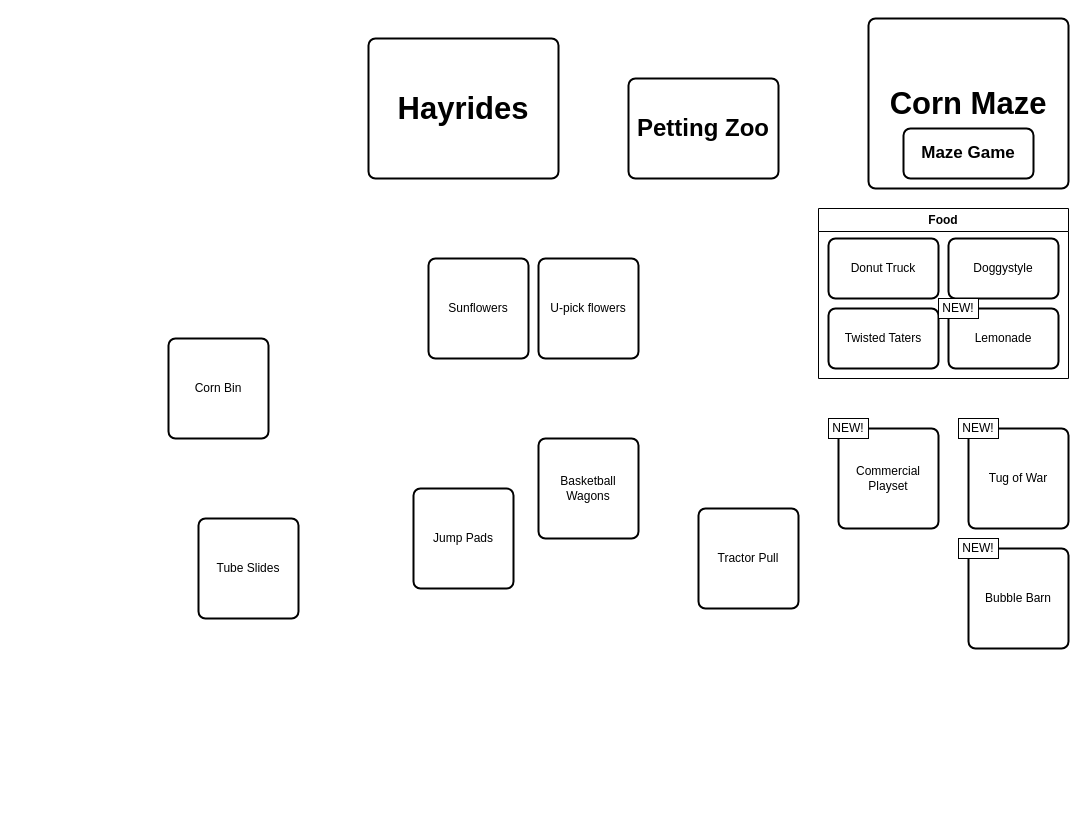
The draw.io diagram List of Attractions.drawio in macglencoe/diagrams, before the edit. Source tidied: cells renumbered, new cells numbered last; positions are measured from the earlier drawing's top-left corner, leaving out a move shared by most shapes. Both pictures are drawn from the tidied source at 100%, with x=0, y=0 at pixel (168, 18).
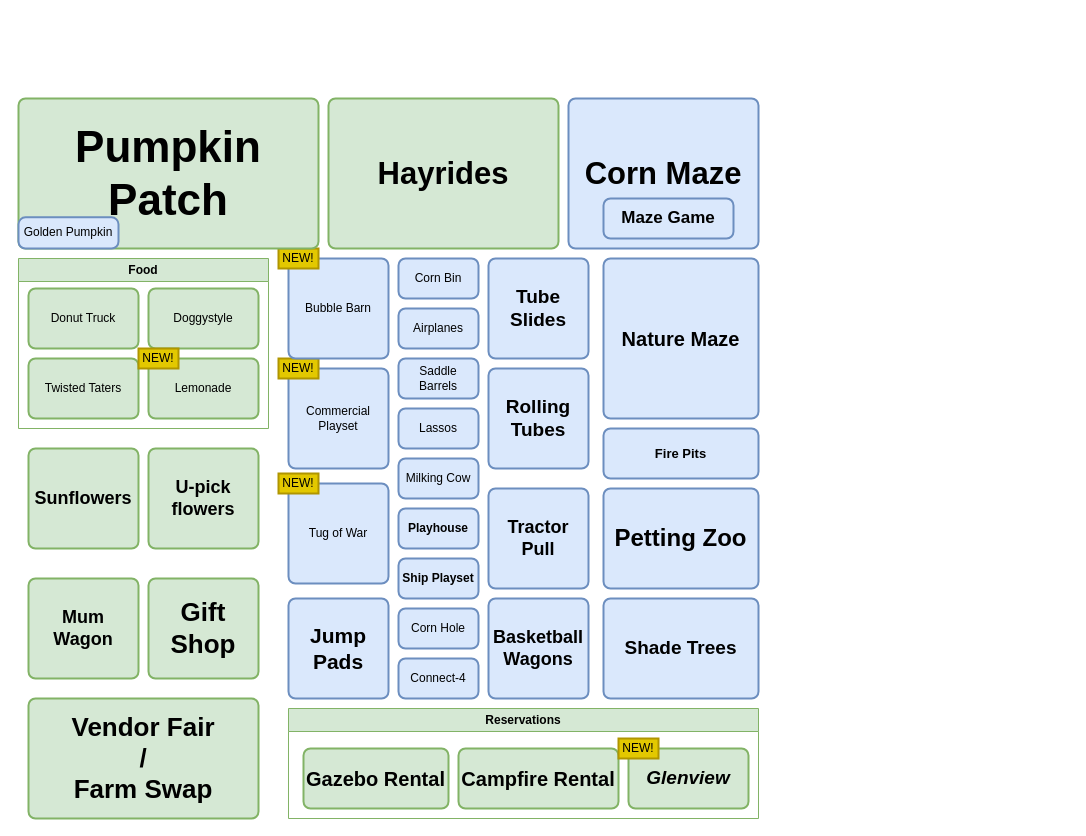
Above is the later version.

The change refers to these unchanged cells:
```xml
<mxCell id="20" style="group;" parent="19" vertex="1">
  <mxGeometry width="110" height="110" as="geometry" />
</mxCell>
```

Diff of the diagram source:
```diff
@@
-    <mxCell id="2" value="Sunflowers" style="rounded=1;whiteSpace=wrap;html=1;absoluteArcSize=1;arcSize=14;strokeWidth=2;" parent="1" vertex="1">
-      <mxGeometry x="260" y="240" width="100" height="100" as="geometry" />
+    <mxCell id="2" value="Sunflowers" style="rounded=1;whiteSpace=wrap;html=1;absoluteArcSize=1;arcSize=14;strokeWidth=2;fontSize=18;fontStyle=1;fillColor=#d5e8d4;strokeColor=#82b366;" parent="1" vertex="1">
+      <mxGeometry x="-140" y="430" width="110" height="100" as="geometry" />
     </mxCell>
-    <mxCell id="3" value="U-pick flowers" style="rounded=1;whiteSpace=wrap;html=1;absoluteArcSize=1;arcSize=14;strokeWidth=2;" parent="1" vertex="1">
-      <mxGeometry x="370" y="240" width="100" height="100" as="geometry" />
+    <mxCell id="3" value="U-pick flowers" style="rounded=1;whiteSpace=wrap;html=1;absoluteArcSize=1;arcSize=14;strokeWidth=2;fontSize=18;fontStyle=1;fillColor=#d5e8d4;strokeColor=#82b366;" parent="1" vertex="1">
+      <mxGeometry x="-20" y="430" width="110" height="100" as="geometry" />
     </mxCell>
-    <mxCell id="4" value="Food" style="swimlane;whiteSpace=wrap;html=1;" parent="1" vertex="1">
-      <mxGeometry x="650" y="190" width="250" height="170" as="geometry" />
+    <mxCell id="4" value="Food" style="swimlane;whiteSpace=wrap;html=1;fillColor=#d5e8d4;strokeColor=#82b366;" parent="1" vertex="1">
+      <mxGeometry x="-150" y="240" width="250" height="170" as="geometry" />
     </mxCell>
-    <mxCell id="5" value="Donut Truck" style="rounded=1;whiteSpace=wrap;html=1;absoluteArcSize=1;arcSize=14;strokeWidth=2;" parent="4" vertex="1">
+    <mxCell id="5" value="Donut Truck" style="rounded=1;whiteSpace=wrap;html=1;absoluteArcSize=1;arcSize=14;strokeWidth=2;fillColor=#d5e8d4;strokeColor=#82b366;" parent="4" vertex="1">
       <mxGeometry x="10" y="30" width="110" height="60" as="geometry" />
     </mxCell>
-    <mxCell id="6" value="Twisted Taters" style="rounded=1;whiteSpace=wrap;html=1;absoluteArcSize=1;arcSize=14;strokeWidth=2;" parent="4" vertex="1">
+    <mxCell id="6" value="Twisted Taters" style="rounded=1;whiteSpace=wrap;html=1;absoluteArcSize=1;arcSize=14;strokeWidth=2;fillColor=#d5e8d4;strokeColor=#82b366;" parent="4" vertex="1">
       <mxGeometry x="10" y="100" width="110" height="60" as="geometry" />
     </mxCell>
-    <mxCell id="7" value="Doggystyle" style="rounded=1;whiteSpace=wrap;html=1;absoluteArcSize=1;arcSize=14;strokeWidth=2;" parent="4" vertex="1">
+    <mxCell id="7" value="Doggystyle" style="rounded=1;whiteSpace=wrap;html=1;absoluteArcSize=1;arcSize=14;strokeWidth=2;fillColor=#d5e8d4;strokeColor=#82b366;" parent="4" vertex="1">
       <mxGeometry x="130" y="30" width="110" height="60" as="geometry" />
     </mxCell>
-    <mxCell id="8" value="Lemonade" style="rounded=1;whiteSpace=wrap;html=1;absoluteArcSize=1;arcSize=14;strokeWidth=2;" parent="4" vertex="1">
+    <mxCell id="8" value="Lemonade" style="rounded=1;whiteSpace=wrap;html=1;absoluteArcSize=1;arcSize=14;strokeWidth=2;fillColor=#d5e8d4;strokeColor=#82b366;" parent="4" vertex="1">
       <mxGeometry x="130" y="100" width="110" height="60" as="geometry" />
     </mxCell>
-    <mxCell id="9" value="NEW!" style="rounded=0;whiteSpace=wrap;html=1;" parent="4" vertex="1">
+    <mxCell id="9" value="NEW!" style="rounded=0;whiteSpace=wrap;html=1;fillColor=#e3c800;strokeColor=#B09500;strokeWidth=2;fontColor=#000000;" parent="4" vertex="1">
       <mxGeometry x="120" y="90" width="40" height="20" as="geometry" />
     </mxCell>
-    <mxCell id="10" value="Hayrides" style="rounded=1;whiteSpace=wrap;html=1;absoluteArcSize=1;arcSize=14;strokeWidth=2;fontSize=31;fontStyle=1;" parent="1" vertex="1">
-      <mxGeometry x="200" y="20" width="190" height="140" as="geometry" />
+    <mxCell id="10" value="Hayrides" style="rounded=1;whiteSpace=wrap;html=1;absoluteArcSize=1;arcSize=14;strokeWidth=2;fontSize=31;fontStyle=1;fillColor=#d5e8d4;strokeColor=#82b366;" parent="1" vertex="1">
+      <mxGeometry x="160" y="80" width="230" height="150" as="geometry" />
     </mxCell>
-    <mxCell id="11" value="Petting Zoo" style="rounded=1;whiteSpace=wrap;html=1;absoluteArcSize=1;arcSize=14;strokeWidth=2;fontStyle=1;fontSize=24;" parent="1" vertex="1">
-      <mxGeometry x="460" y="60" width="150" height="100" as="geometry" />
+    <mxCell id="11" value="Petting Zoo" style="rounded=1;whiteSpace=wrap;html=1;absoluteArcSize=1;arcSize=14;strokeWidth=2;fontStyle=1;fontSize=24;fillColor=#dae8fc;strokeColor=#6c8ebf;" parent="1" vertex="1">
+      <mxGeometry x="435" y="470" width="155" height="100" as="geometry" />
     </mxCell>
-    <mxCell id="12" value="Jump Pads" style="rounded=1;whiteSpace=wrap;html=1;absoluteArcSize=1;arcSize=14;strokeWidth=2;" parent="1" vertex="1">
-      <mxGeometry x="245" y="470" width="100" height="100" as="geometry" />
+    <mxCell id="12" value="Jump Pads" style="rounded=1;whiteSpace=wrap;html=1;absoluteArcSize=1;arcSize=14;strokeWidth=2;fontStyle=1;fontSize=21;fillColor=#dae8fc;strokeColor=#6c8ebf;" parent="1" vertex="1">
+      <mxGeometry x="120" y="580" width="100" height="100" as="geometry" />
     </mxCell>
-    <mxCell id="13" value="Corn Bin" style="rounded=1;whiteSpace=wrap;html=1;absoluteArcSize=1;arcSize=14;strokeWidth=2;" parent="1" vertex="1">
-      <mxGeometry y="320" width="100" height="100" as="geometry" />
+    <mxCell id="13" value="Corn Bin" style="rounded=1;whiteSpace=wrap;html=1;absoluteArcSize=1;arcSize=14;strokeWidth=2;fillColor=#dae8fc;strokeColor=#6c8ebf;" parent="1" vertex="1">
+      <mxGeometry x="230" y="240" width="80" height="40" as="geometry" />
     </mxCell>
-    <mxCell id="14" value="Basketball Wagons" style="rounded=1;whiteSpace=wrap;html=1;absoluteArcSize=1;arcSize=14;strokeWidth=2;" parent="1" vertex="1">
-      <mxGeometry x="370" y="420" width="100" height="100" as="geometry" />
+    <mxCell id="14" value="Basketball Wagons" style="rounded=1;whiteSpace=wrap;html=1;absoluteArcSize=1;arcSize=14;strokeWidth=2;fontStyle=1;fontSize=18;fillColor=#dae8fc;strokeColor=#6c8ebf;" parent="1" vertex="1">
+      <mxGeometry x="320" y="580" width="100" height="100" as="geometry" />
     </mxCell>
-    <mxCell id="15" value="Tractor Pull" style="rounded=1;whiteSpace=wrap;html=1;absoluteArcSize=1;arcSize=14;strokeWidth=2;" parent="1" vertex="1">
-      <mxGeometry x="530" y="490" width="100" height="100" as="geometry" />
+    <mxCell id="15" value="Tractor Pull" style="rounded=1;whiteSpace=wrap;html=1;absoluteArcSize=1;arcSize=14;strokeWidth=2;fontStyle=1;fontSize=18;fillColor=#dae8fc;strokeColor=#6c8ebf;" parent="1" vertex="1">
+      <mxGeometry x="320" y="470" width="100" height="100" as="geometry" />
     </mxCell>
     <mxCell id="16" style="group;" parent="1" vertex="1">
-      <mxGeometry x="790" y="400" width="110" height="110" as="geometry" />
+      <mxGeometry x="110" y="455" width="110" height="110" as="geometry" />
     </mxCell>
-    <mxCell id="17" value="Tug of War" style="rounded=1;whiteSpace=wrap;html=1;absoluteArcSize=1;arcSize=14;strokeWidth=2;" parent="16" vertex="1">
+    <mxCell id="17" value="Tug of War" style="rounded=1;whiteSpace=wrap;html=1;absoluteArcSize=1;arcSize=14;strokeWidth=2;fillColor=#dae8fc;strokeColor=#6c8ebf;" parent="16" vertex="1">
       <mxGeometry x="10" y="10" width="100" height="100" as="geometry" />
     </mxCell>
-    <mxCell id="18" value="NEW!" style="rounded=0;whiteSpace=wrap;html=1;" parent="16" vertex="1">
+    <mxCell id="18" value="NEW!" style="rounded=0;whiteSpace=wrap;html=1;fillColor=#e3c800;fontColor=#000000;strokeColor=#B09500;strokeWidth=2;" parent="16" vertex="1">
       <mxGeometry width="40" height="20" as="geometry" />
     </mxCell>
     <mxCell id="19" style="group;" parent="1" vertex="1">
-      <mxGeometry x="660" y="400" width="110" height="110" as="geometry" />
+      <mxGeometry x="110" y="340" width="110" height="110" as="geometry" />
     </mxCell>
@@
-    <mxCell id="21" value="Commercial Playset" style="rounded=1;whiteSpace=wrap;html=1;absoluteArcSize=1;arcSize=14;strokeWidth=2;" parent="20" vertex="1">
+    <mxCell id="21" value="Commercial Playset" style="rounded=1;whiteSpace=wrap;html=1;absoluteArcSize=1;arcSize=14;strokeWidth=2;fillColor=#dae8fc;strokeColor=#6c8ebf;" parent="20" vertex="1">
       <mxGeometry x="10" y="10" width="100" height="100" as="geometry" />
     </mxCell>
-    <mxCell id="22" value="NEW!" style="rounded=0;whiteSpace=wrap;html=1;" parent="20" vertex="1">
+    <mxCell id="22" value="NEW!" style="rounded=0;whiteSpace=wrap;html=1;fillColor=#e3c800;fontColor=#000000;strokeColor=#B09500;strokeWidth=2;" parent="20" vertex="1">
       <mxGeometry width="40" height="20" as="geometry" />
     </mxCell>
-    <mxCell id="23" value="Tube Slides" style="rounded=1;whiteSpace=wrap;html=1;absoluteArcSize=1;arcSize=14;strokeWidth=2;" parent="1" vertex="1">
-      <mxGeometry x="30" y="500" width="100" height="100" as="geometry" />
+    <mxCell id="23" value="Tube Slides" style="rounded=1;whiteSpace=wrap;html=1;absoluteArcSize=1;arcSize=14;strokeWidth=2;fontStyle=1;fontSize=19;fillColor=#dae8fc;strokeColor=#6c8ebf;" parent="1" vertex="1">
+      <mxGeometry x="320" y="240" width="100" height="100" as="geometry" />
     </mxCell>
     <mxCell id="24" style="group;" parent="1" vertex="1">
-      <mxGeometry x="790" y="520" width="110" height="110" as="geometry" />
+      <mxGeometry x="110" y="230" width="110" height="110" as="geometry" />
     </mxCell>
-    <mxCell id="25" value="Bubble Barn" style="rounded=1;whiteSpace=wrap;html=1;absoluteArcSize=1;arcSize=14;strokeWidth=2;" parent="24" vertex="1">
+    <mxCell id="25" value="Bubble Barn" style="rounded=1;whiteSpace=wrap;html=1;absoluteArcSize=1;arcSize=14;strokeWidth=2;fillColor=#dae8fc;strokeColor=#6c8ebf;" parent="24" vertex="1">
       <mxGeometry x="10" y="10" width="100" height="100" as="geometry" />
     </mxCell>
-    <mxCell id="26" value="NEW!" style="rounded=0;whiteSpace=wrap;html=1;" parent="24" vertex="1">
+    <mxCell id="26" value="NEW!" style="rounded=0;whiteSpace=wrap;html=1;fillColor=#e3c800;fontColor=#000000;strokeColor=#B09500;strokeWidth=2;" parent="24" vertex="1">
       <mxGeometry width="40" height="20" as="geometry" />
     </mxCell>
-    <mxCell id="27" value="Corn Maze" style="rounded=1;whiteSpace=wrap;html=1;absoluteArcSize=1;arcSize=14;strokeWidth=2;fontSize=31;fontStyle=1;" parent="1" vertex="1">
-      <mxGeometry x="700" width="200" height="170" as="geometry" />
+    <mxCell id="27" value="Corn Maze" style="rounded=1;whiteSpace=wrap;html=1;absoluteArcSize=1;arcSize=14;strokeWidth=2;fontSize=31;fontStyle=1;fillColor=#dae8fc;strokeColor=#6c8ebf;" parent="1" vertex="1">
+      <mxGeometry x="400" y="80" width="190" height="150" as="geometry" />
     </mxCell>
-    <mxCell id="28" value="Maze Game" style="rounded=1;whiteSpace=wrap;html=1;absoluteArcSize=1;arcSize=14;strokeWidth=2;fontStyle=1;fontSize=17;" parent="1" vertex="1">
-      <mxGeometry x="735" y="110" width="130" height="50" as="geometry" />
+    <mxCell id="28" value="Maze Game" style="rounded=1;whiteSpace=wrap;html=1;absoluteArcSize=1;arcSize=14;strokeWidth=2;fontStyle=1;fontSize=17;fillColor=#dae8fc;strokeColor=#6c8ebf;" parent="1" vertex="1">
+      <mxGeometry x="435" y="180" width="130" height="40" as="geometry" />
     </mxCell>
+    <mxCell id="29" style="group;" parent="1" vertex="1">
+      <mxGeometry x="-150" y="80" width="300" height="150" as="geometry" />
+    </mxCell>
+    <mxCell id="30" value="Pumpkin Patch" style="rounded=1;whiteSpace=wrap;html=1;absoluteArcSize=1;arcSize=14;strokeWidth=2;fontSize=44;fontStyle=1;fillColor=#d5e8d4;strokeColor=#82b366;" parent="29" vertex="1">
+      <mxGeometry width="300" height="150" as="geometry" />
+    </mxCell>
+    <mxCell id="31" value="Golden Pumpkin" style="rounded=1;whiteSpace=wrap;html=1;absoluteArcSize=1;arcSize=14;strokeWidth=2;fillColor=#dae8fc;strokeColor=#6c8ebf;" parent="29" vertex="1">
+      <mxGeometry y="118.8" width="100" height="31.2" as="geometry" />
+    </mxCell>
+    <mxCell id="32" value="Airplanes" style="rounded=1;whiteSpace=wrap;html=1;absoluteArcSize=1;arcSize=14;strokeWidth=2;fillColor=#dae8fc;strokeColor=#6c8ebf;" parent="1" vertex="1">
+      <mxGeometry x="230" y="290" width="80" height="40" as="geometry" />
+    </mxCell>
+    <mxCell id="33" value="Vendor Fair&lt;div&gt;/&lt;/div&gt;&lt;div&gt;Farm Swap&lt;/div&gt;" style="rounded=1;whiteSpace=wrap;html=1;absoluteArcSize=1;arcSize=14;strokeWidth=2;fontStyle=1;fontSize=26;fillColor=#d5e8d4;strokeColor=#82b366;" parent="1" vertex="1">
+      <mxGeometry x="-140" y="680" width="230" height="120" as="geometry" />
+    </mxCell>
+    <mxCell id="34" value="Mum&lt;div&gt;Wagon&lt;/div&gt;" style="rounded=1;whiteSpace=wrap;html=1;absoluteArcSize=1;arcSize=14;strokeWidth=2;fontSize=18;fontStyle=1;fillColor=#d5e8d4;strokeColor=#82b366;" parent="1" vertex="1">
+      <mxGeometry x="-140" y="560" width="110" height="100" as="geometry" />
+    </mxCell>
+    <mxCell id="35" value="Reservations" style="swimlane;whiteSpace=wrap;html=1;fillColor=#d5e8d4;strokeColor=#82b366;" parent="1" vertex="1">
+      <mxGeometry x="120" y="690" width="470" height="110" as="geometry" />
+    </mxCell>
+    <mxCell id="36" value="Gazebo Rental" style="rounded=1;whiteSpace=wrap;html=1;absoluteArcSize=1;arcSize=14;strokeWidth=2;fontSize=20;fontStyle=1;fillColor=#d5e8d4;strokeColor=#82b366;" parent="35" vertex="1">
+      <mxGeometry x="15" y="40" width="145" height="60" as="geometry" />
+    </mxCell>
+    <mxCell id="37" value="Campfire Rental" style="rounded=1;whiteSpace=wrap;html=1;absoluteArcSize=1;arcSize=14;strokeWidth=2;fontSize=20;fontStyle=1;fillColor=#d5e8d4;strokeColor=#82b366;" parent="35" vertex="1">
+      <mxGeometry x="170" y="40" width="160" height="60" as="geometry" />
+    </mxCell>
+    <mxCell id="38" value="Glenview" style="rounded=1;whiteSpace=wrap;html=1;absoluteArcSize=1;arcSize=14;strokeWidth=2;fontStyle=3;fontSize=19;fillColor=#d5e8d4;strokeColor=#82b366;" parent="35" vertex="1">
+      <mxGeometry x="340" y="40" width="120" height="60" as="geometry" />
+    </mxCell>
+    <mxCell id="39" value="NEW!" style="rounded=0;whiteSpace=wrap;html=1;fillColor=#e3c800;fontColor=#000000;strokeColor=#B09500;strokeWidth=2;" parent="35" vertex="1">
+      <mxGeometry x="330" y="30" width="40" height="20" as="geometry" />
+    </mxCell>
+    <mxCell id="40" value="Shade Trees" style="rounded=1;whiteSpace=wrap;html=1;absoluteArcSize=1;arcSize=14;strokeWidth=2;fontStyle=1;fontSize=19;fillColor=#dae8fc;strokeColor=#6c8ebf;" parent="1" vertex="1">
+      <mxGeometry x="435" y="580" width="155" height="100" as="geometry" />
+    </mxCell>
+    <mxCell id="41" value="Gift Shop" style="rounded=1;whiteSpace=wrap;html=1;absoluteArcSize=1;arcSize=14;strokeWidth=2;fontStyle=1;fontSize=26;fillColor=#d5e8d4;strokeColor=#82b366;" parent="1" vertex="1">
+      <mxGeometry x="-20" y="560" width="110" height="100" as="geometry" />
+    </mxCell>
+    <mxCell id="42" value="Milking Cow" style="rounded=1;whiteSpace=wrap;html=1;absoluteArcSize=1;arcSize=14;strokeWidth=2;fillColor=#dae8fc;strokeColor=#6c8ebf;" parent="1" vertex="1">
+      <mxGeometry x="230" y="440" width="80" height="40" as="geometry" />
+    </mxCell>
+    <mxCell id="43" value="Lassos" style="rounded=1;whiteSpace=wrap;html=1;absoluteArcSize=1;arcSize=14;strokeWidth=2;fillColor=#dae8fc;strokeColor=#6c8ebf;" parent="1" vertex="1">
+      <mxGeometry x="230" y="390" width="80" height="40" as="geometry" />
+    </mxCell>
+    <mxCell id="44" value="Saddle Barrels" style="rounded=1;whiteSpace=wrap;html=1;absoluteArcSize=1;arcSize=14;strokeWidth=2;fillColor=#dae8fc;strokeColor=#6c8ebf;" parent="1" vertex="1">
+      <mxGeometry x="230" y="340" width="80" height="40" as="geometry" />
+    </mxCell>
+    <mxCell id="45" value="Rolling Tubes" style="rounded=1;whiteSpace=wrap;html=1;absoluteArcSize=1;arcSize=14;strokeWidth=2;align=center;fontStyle=1;fontSize=19;fillColor=#dae8fc;strokeColor=#6c8ebf;" parent="1" vertex="1">
+      <mxGeometry x="320" y="350" width="100" height="100" as="geometry" />
+    </mxCell>
+    <mxCell id="46" value="Corn Hole" style="rounded=1;whiteSpace=wrap;html=1;absoluteArcSize=1;arcSize=14;strokeWidth=2;fillColor=#dae8fc;strokeColor=#6c8ebf;" parent="1" vertex="1">
+      <mxGeometry x="230" y="590" width="80" height="40" as="geometry" />
+    </mxCell>
+    <mxCell id="47" value="Connect-4" style="rounded=1;whiteSpace=wrap;html=1;absoluteArcSize=1;arcSize=14;strokeWidth=2;fillColor=#dae8fc;strokeColor=#6c8ebf;" parent="1" vertex="1">
+      <mxGeometry x="230" y="640" width="80" height="40" as="geometry" />
+    </mxCell>
+    <mxCell id="48" value="Playhouse" style="rounded=1;whiteSpace=wrap;html=1;absoluteArcSize=1;arcSize=14;strokeWidth=2;fontStyle=1;fillColor=#dae8fc;strokeColor=#6c8ebf;" parent="1" vertex="1">
+      <mxGeometry x="230" y="490" width="80" height="40" as="geometry" />
+    </mxCell>
+    <mxCell id="49" value="Ship Playset" style="rounded=1;whiteSpace=wrap;html=1;absoluteArcSize=1;arcSize=14;strokeWidth=2;fontStyle=1;fillColor=#dae8fc;strokeColor=#6c8ebf;" parent="1" vertex="1">
+      <mxGeometry x="230" y="540" width="80" height="40" as="geometry" />
+    </mxCell>
+    <mxCell id="50" value="Fire Pits" style="rounded=1;whiteSpace=wrap;html=1;absoluteArcSize=1;arcSize=14;strokeWidth=2;fontStyle=1;fontSize=13;fillColor=#dae8fc;strokeColor=#6c8ebf;" parent="1" vertex="1">
+      <mxGeometry x="435" y="410" width="155" height="50" as="geometry" />
+    </mxCell>
+    <mxCell id="51" value="Nature Maze" style="rounded=1;whiteSpace=wrap;html=1;absoluteArcSize=1;arcSize=14;strokeWidth=2;fontStyle=1;fontSize=20;fillColor=#dae8fc;strokeColor=#6c8ebf;" parent="1" vertex="1">
+      <mxGeometry x="435" y="240" width="155" height="160" as="geometry" />
+    </mxCell>
```
